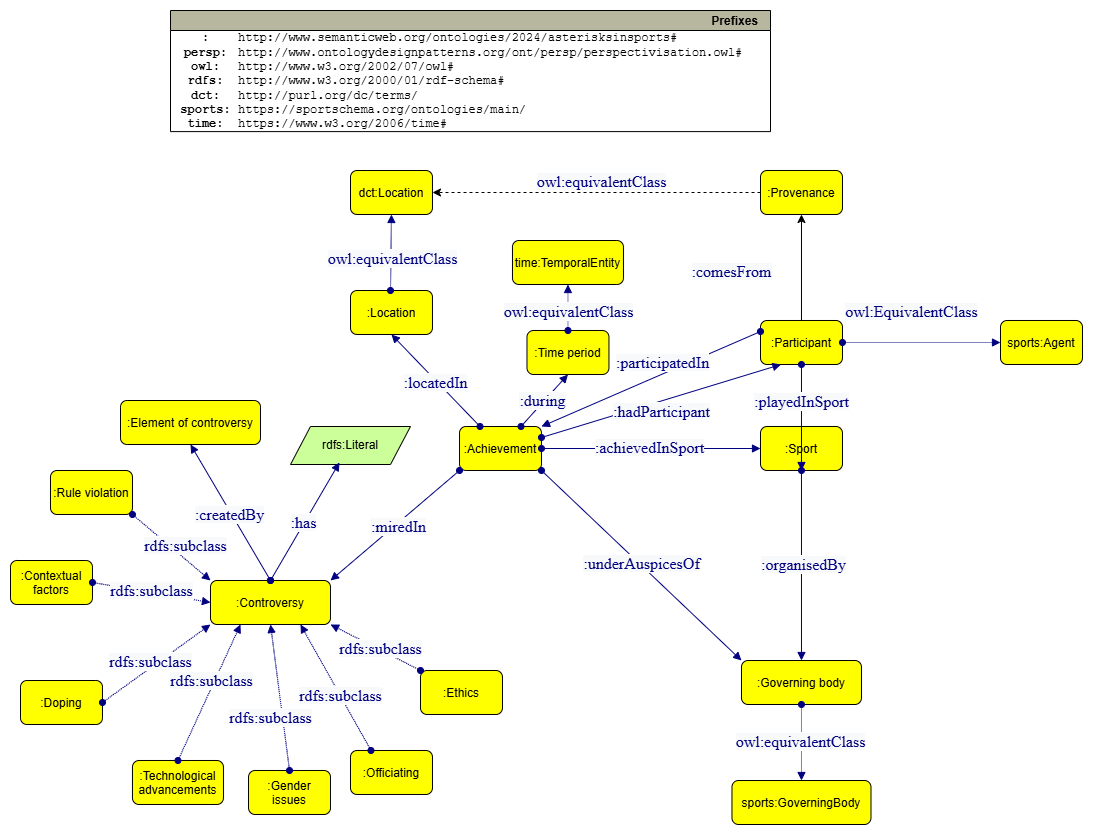
krzywonos/asterisks-in-sports keeps this draw.io diagram as img/ontologydiagram1.drawio.png. Above is the earlier version. Source tidied: cells renumbered, new cells last; positions are measured from the earlier drawing's top-left corner, leaving out a move shared by most shapes.
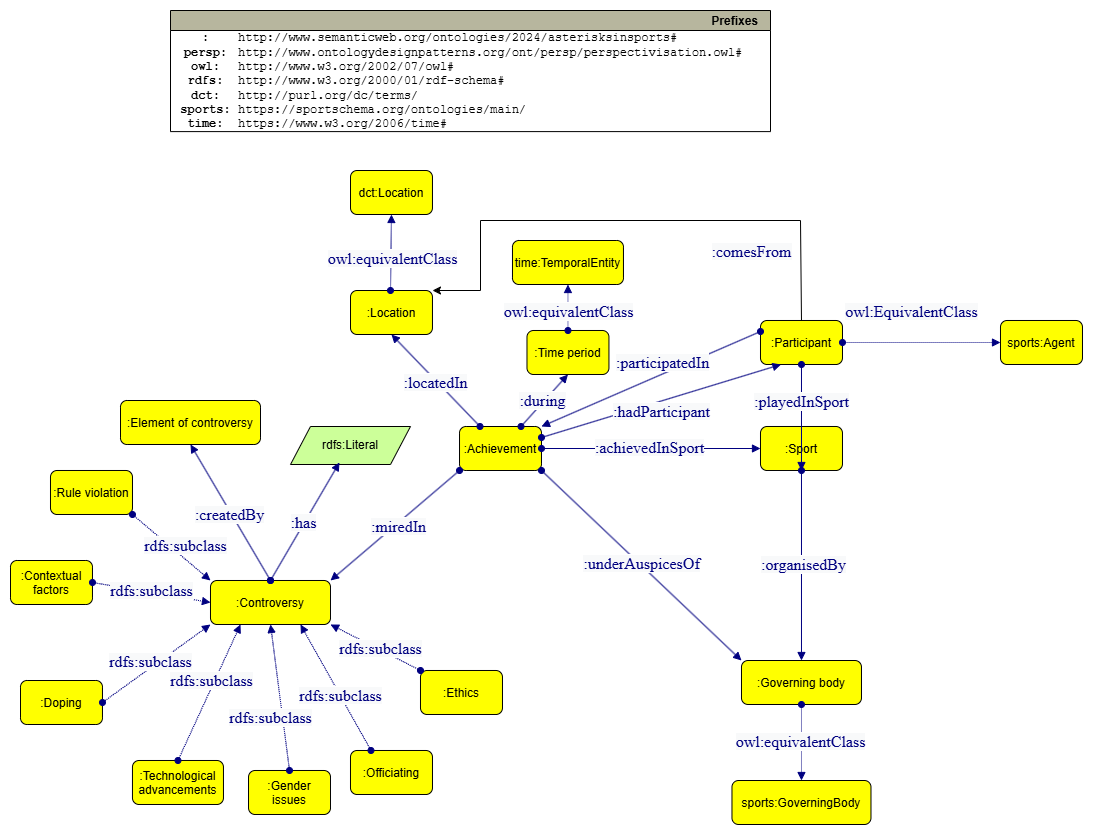
After the commit.

Commit message:
removed Provenance and its references as it was doubling Location

What changed in the source:
```diff
@@ -144,14 +144,9 @@
         <mxPoint x="-3" as="offset" />
       </mxGeometry>
     </mxCell>
-    <mxCell id="44" value="&lt;span style=&quot;color: rgb(0 , 0 , 128) ; font-family: &amp;#34;dialog&amp;#34; ; font-size: 16px ; background-color: rgb(248 , 249 , 250)&quot;&gt;owl:equivalentClass&lt;/span&gt;" style="text;html=1;align=center;verticalAlign=middle;labelBackgroundColor=#ffffff;" parent="42" vertex="1">
-      <mxGeometry x="-0.14" y="-3" relative="1" as="geometry">
-        <mxPoint x="30" y="-130" as="offset" />
-      </mxGeometry>
-    </mxCell>
     <mxCell id="45" value="&lt;span style=&quot;color: rgb(0, 0, 128); font-family: dialog; font-size: 16px; background-color: rgb(248, 249, 250);&quot;&gt;:comesFrom&lt;/span&gt;" style="text;html=1;align=center;verticalAlign=middle;labelBackgroundColor=#ffffff;" parent="42" vertex="1">
       <mxGeometry x="-0.14" y="-3" relative="1" as="geometry">
-        <mxPoint x="160" y="-40" as="offset" />
+        <mxPoint x="180" y="-60" as="offset" />
       </mxGeometry>
     </mxCell>
     <mxCell id="46" style="graphMlID=e0;rounded=0;endArrow=block;strokeColor=#000080;strokeWidth=1.0;startArrow=oval;startFill=1;endFill=1;entryX=0.5;entryY=1;entryDx=0;entryDy=0;exitX=0.75;exitY=0;exitDx=0;exitDy=0;" parent="1" edge="1" source="3" target="9">
@@ -243,14 +238,14 @@
     <mxCell id="70" value="&lt;font face=&quot;dialog&quot; color=&quot;#000080&quot;&gt;&lt;span style=&quot;font-size: 16px; background-color: rgb(248, 249, 250);&quot;&gt;:has&lt;/span&gt;&lt;/font&gt;" style="text;html=1;align=center;verticalAlign=middle;labelBackgroundColor=#ffffff;" parent="69" vertex="1">
       <mxGeometry x="-0.02" y="2" relative="1" as="geometry" />
     </mxCell>
-    <mxCell id="71" value=":Provenance" style="graphMlID=n4;shape=rect;rounded=1;arcsize=30;fillColor=#ffff00;strokeColor=#000000;strokeWidth=1.0;" parent="1" vertex="1">
-      <mxGeometry x="750" y="160" width="82" height="44" as="geometry" />
-    </mxCell>
-    <mxCell id="72" style="endArrow=classic;html=1;rounded=0;exitX=0.5;exitY=0;exitDx=0;exitDy=0;entryX=0.5;entryY=1;entryDx=0;entryDy=0;" parent="1" edge="1" source="12" target="71">
-      <mxGeometry relative="1" as="geometry" />
+    <mxCell id="72" style="endArrow=classic;html=1;rounded=0;exitX=0.5;exitY=0;exitDx=0;exitDy=0;entryX=1;entryY=0;entryDx=0;entryDy=0;" parent="1" edge="1" source="12" target="7">
+      <mxGeometry relative="1" as="geometry">
+        <Array as="points">
+          <mxPoint x="790" y="210" />
+          <mxPoint x="470" y="210" />
+          <mxPoint x="470" y="280" />
+        </Array>
+      </mxGeometry>
     </mxCell>
-    <mxCell id="73" style="endArrow=classic;html=1;rounded=0;exitX=0;exitY=0.5;exitDx=0;exitDy=0;entryX=1;entryY=0.5;entryDx=0;entryDy=0;dashed=1;" parent="1" edge="1" source="71" target="15">
-      <mxGeometry relative="1" as="geometry" />
-    </mxCell>
   </root>
 </mxGraphModel>
```
